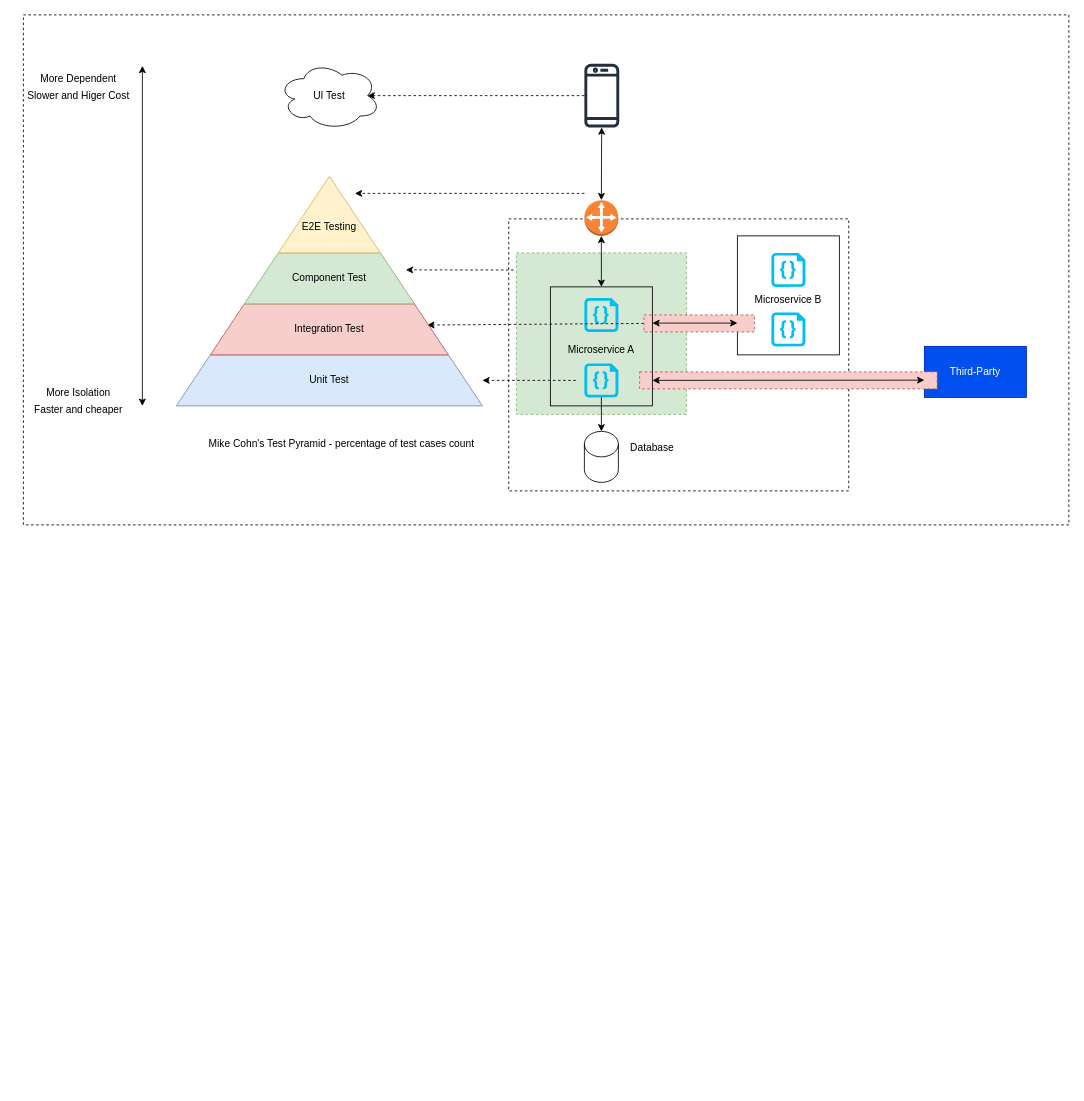
josdoaitran/microservices-everything keeps this draw.io diagram as page "test levels in microservice testing" (3 of 6) of images/microservice-testing.drawio. Above is the earlier version. Source tidied: cells renumbered, new cells numbered last; positions are measured from the earlier drawing's top-left corner, leaving out a move shared by most shapes. Both pictures are drawn from the tidied source at 85%, with x=0, y=0 at pixel (14, 14).
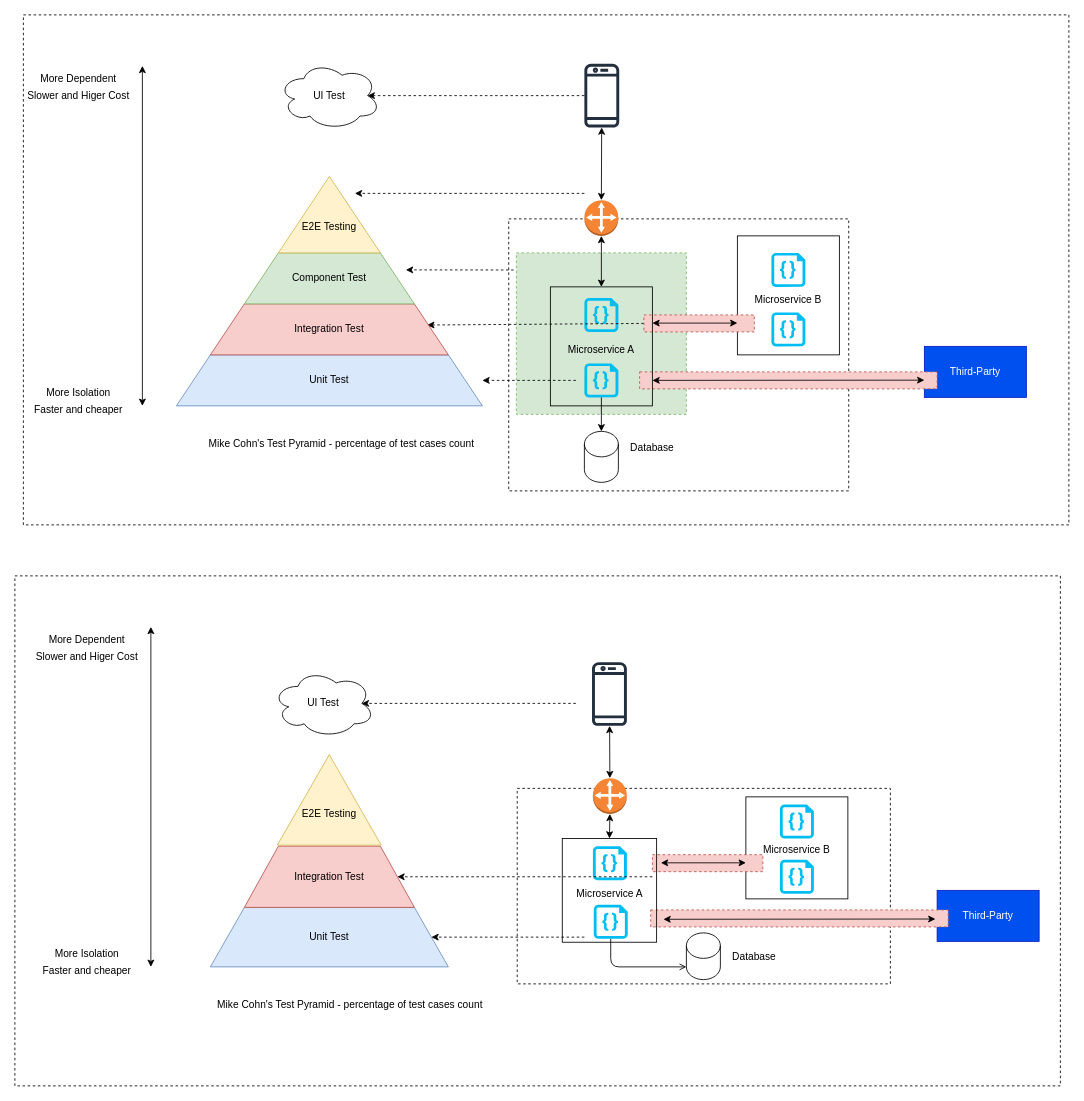
Above is the later version.

Change to the diagram source:
```diff
@@
+    <mxCell id="42" style="rounded=0;whiteSpace=wrap;html=1;dashed=1;fillColor=default;" parent="1" vertex="1">
+      <mxGeometry y="660" width="1230" height="600" as="geometry" />
+    </mxCell>
@@
+    <mxCell id="43" style="rounded=0;whiteSpace=wrap;html=1;dashed=1;fillColor=none;" parent="1" vertex="1">
+      <mxGeometry x="591" y="910" width="439" height="230" as="geometry" />
+    </mxCell>
+    <mxCell id="44" style="endArrow=classic;html=1;startArrow=classic;startFill=1;" parent="1" edge="1">
+      <mxGeometry relative="1" as="geometry">
+        <mxPoint x="160" y="1120" as="sourcePoint" />
+        <mxPoint x="160" y="720" as="targetPoint" />
+      </mxGeometry>
+    </mxCell>
+    <mxCell id="45" value="Faster and cheaper" style="text;html=1;strokeColor=none;fillColor=none;align=center;verticalAlign=middle;whiteSpace=wrap;rounded=0;" parent="1" vertex="1">
+      <mxGeometry x="25" y="1110" width="120" height="30" as="geometry" />
+    </mxCell>
+    <mxCell id="46" value="Slower and Higer Cost" style="text;html=1;strokeColor=none;fillColor=none;align=center;verticalAlign=middle;whiteSpace=wrap;rounded=0;" parent="1" vertex="1">
+      <mxGeometry x="10" y="740" width="150" height="30" as="geometry" />
+    </mxCell>
+    <mxCell id="47" value="More Isolation" style="text;html=1;strokeColor=none;fillColor=none;align=center;verticalAlign=middle;whiteSpace=wrap;rounded=0;" parent="1" vertex="1">
+      <mxGeometry x="30" y="1090" width="110" height="30" as="geometry" />
+    </mxCell>
+    <mxCell id="48" value="More Dependent" style="text;html=1;strokeColor=none;fillColor=none;align=center;verticalAlign=middle;whiteSpace=wrap;rounded=0;" parent="1" vertex="1">
+      <mxGeometry x="30" y="720" width="110" height="30" as="geometry" />
+    </mxCell>
+    <mxCell id="49" value="Mike Cohn's Test Pyramid - percentage of test cases count" style="text;html=1;strokeColor=none;fillColor=none;align=center;verticalAlign=middle;whiteSpace=wrap;rounded=0;" parent="1" vertex="1">
+      <mxGeometry x="220" y="1150" width="349" height="30" as="geometry" />
+    </mxCell>
+    <mxCell id="50" style="verticalLabelPosition=bottom;html=1;verticalAlign=top;align=center;strokeColor=none;fillColor=#00BEF2;shape=mxgraph.azure.code_file;" parent="1" vertex="1">
+      <mxGeometry x="681" y="1047" width="40" height="40" as="geometry" />
+    </mxCell>
+    <mxCell id="51" value="Database" style="text;html=1;strokeColor=none;fillColor=none;align=center;verticalAlign=middle;whiteSpace=wrap;rounded=0;" parent="1" vertex="1">
+      <mxGeometry x="840" y="1092.5" width="60" height="30" as="geometry" />
+    </mxCell>
+    <mxCell id="52" style="endArrow=classic;html=1;dashed=1;" parent="1" edge="1" target="70">
+      <mxGeometry relative="1" as="geometry">
+        <mxPoint x="670" y="1085" as="sourcePoint" />
+      </mxGeometry>
+    </mxCell>
+    <mxCell id="53" style="verticalLabelPosition=bottom;html=1;verticalAlign=top;align=center;strokeColor=none;fillColor=#00BEF2;shape=mxgraph.azure.code_file;" parent="1" vertex="1">
+      <mxGeometry x="680" y="978" width="40" height="40" as="geometry" />
+    </mxCell>
+    <mxCell id="54" value="Microservice A" style="text;html=1;strokeColor=none;fillColor=none;align=center;verticalAlign=middle;whiteSpace=wrap;rounded=0;" parent="1" vertex="1">
+      <mxGeometry x="650" y="1019" width="100" height="30" as="geometry" />
+    </mxCell>
+    <mxCell id="55" style="rounded=0;whiteSpace=wrap;html=1;fillColor=none;" parent="1" vertex="1">
+      <mxGeometry x="860" y="920" width="120" height="120" as="geometry" />
+    </mxCell>
+    <mxCell id="56" value="Microservice B" style="text;html=1;strokeColor=none;fillColor=none;align=center;verticalAlign=middle;whiteSpace=wrap;rounded=0;" parent="1" vertex="1">
+      <mxGeometry x="870" y="968" width="100" height="30" as="geometry" />
+    </mxCell>
+    <mxCell id="57" style="endArrow=classic;html=1;dashed=1;" parent="1" edge="1" target="71">
+      <mxGeometry relative="1" as="geometry">
+        <mxPoint x="750" y="1014" as="sourcePoint" />
+      </mxGeometry>
+    </mxCell>
+    <mxCell id="58" style="outlineConnect=0;dashed=0;verticalLabelPosition=bottom;verticalAlign=top;align=center;html=1;shape=mxgraph.aws3.customer_gateway;fillColor=#F58534;gradientColor=none;" parent="1" vertex="1">
+      <mxGeometry x="680" y="898" width="40" height="42" as="geometry" />
+    </mxCell>
+    <mxCell id="59" style="sketch=0;outlineConnect=0;fontColor=#232F3E;gradientColor=none;fillColor=#232F3D;strokeColor=none;dashed=0;verticalLabelPosition=bottom;verticalAlign=top;align=center;html=1;fontSize=12;fontStyle=0;shape=mxgraph.aws4.mobile_client;" parent="1" vertex="1">
+      <mxGeometry x="679" y="760" width="41" height="78" as="geometry" />
+    </mxCell>
+    <mxCell id="60" style="endArrow=classic;startArrow=classic;html=1;entryX=0.5;entryY=1;entryDx=0;entryDy=0;entryPerimeter=0;exitX=0.5;exitY=0;exitDx=0;exitDy=0;" parent="1" edge="1" source="69" target="58">
+      <mxGeometry relative="1" as="geometry" />
+    </mxCell>
+    <mxCell id="61" style="endArrow=classic;startArrow=classic;html=1;exitX=0.5;exitY=0;exitDx=0;exitDy=0;exitPerimeter=0;" parent="1" edge="1" source="58" target="59">
+      <mxGeometry relative="1" as="geometry" />
+    </mxCell>
+    <mxCell id="62" style="endArrow=classic;html=1;entryX=0.875;entryY=0.5;entryDx=0;entryDy=0;dashed=1;entryPerimeter=0;" parent="1" edge="1" target="73">
+      <mxGeometry relative="1" as="geometry">
+        <mxPoint x="660" y="810" as="sourcePoint" />
+      </mxGeometry>
+    </mxCell>
+    <mxCell id="63" style="verticalLabelPosition=bottom;html=1;verticalAlign=top;align=center;strokeColor=none;fillColor=#00BEF2;shape=mxgraph.azure.code_file;" parent="1" vertex="1">
+      <mxGeometry x="900" y="929" width="40" height="40" as="geometry" />
+    </mxCell>
+    <mxCell id="64" style="verticalLabelPosition=bottom;html=1;verticalAlign=top;align=center;strokeColor=none;fillColor=#00BEF2;shape=mxgraph.azure.code_file;" parent="1" vertex="1">
+      <mxGeometry x="900" y="994" width="40" height="40" as="geometry" />
+    </mxCell>
+    <mxCell id="65" style="rounded=0;whiteSpace=wrap;html=1;fillColor=#f8cecc;dashed=1;strokeColor=#b85450;" parent="1" vertex="1">
+      <mxGeometry x="750" y="988" width="130" height="20" as="geometry" />
+    </mxCell>
+    <mxCell id="66" style="edgeStyle=none;html=1;startArrow=classic;startFill=1;" parent="1" edge="1">
+      <mxGeometry relative="1" as="geometry">
+        <mxPoint x="760" y="997.6" as="sourcePoint" />
+        <mxPoint x="860" y="997.6" as="targetPoint" />
+      </mxGeometry>
+    </mxCell>
+    <mxCell id="67" value="Third-Party" style="rounded=0;whiteSpace=wrap;html=1;fillColor=#0050ef;fontColor=#ffffff;strokeColor=#001DBC;" parent="1" vertex="1">
+      <mxGeometry x="1085" y="1030" width="120" height="60" as="geometry" />
+    </mxCell>
+    <mxCell id="68" style="rounded=0;whiteSpace=wrap;html=1;fillColor=#f8cecc;dashed=1;strokeColor=#b85450;" parent="1" vertex="1">
+      <mxGeometry x="748" y="1053" width="350" height="20" as="geometry" />
+    </mxCell>
+    <mxCell id="69" style="rounded=0;whiteSpace=wrap;html=1;fillColor=none;" parent="1" vertex="1">
+      <mxGeometry x="644" y="969" width="111" height="122" as="geometry" />
+    </mxCell>
+    <mxCell id="70" value="Unit Test" style="shape=trapezoid;perimeter=trapezoidPerimeter;whiteSpace=wrap;html=1;fixedSize=1;fillColor=#dae8fc;strokeColor=#6c8ebf;size=40;" parent="1" vertex="1">
+      <mxGeometry x="230" y="1050" width="280" height="70" as="geometry" />
+    </mxCell>
+    <mxCell id="71" value="Integration Test" style="shape=trapezoid;perimeter=trapezoidPerimeter;whiteSpace=wrap;html=1;fixedSize=1;fillColor=#f8cecc;strokeColor=#b85450;size=40;" parent="1" vertex="1">
+      <mxGeometry x="270" y="978" width="200" height="72" as="geometry" />
+    </mxCell>
+    <mxCell id="72" style="triangle;whiteSpace=wrap;html=1;rotation=-90;fillColor=#fff2cc;strokeColor=#d6b656;" parent="1" vertex="1">
+      <mxGeometry x="316.6" y="862.4" width="106.5" height="122.2" as="geometry" />
+    </mxCell>
+    <mxCell id="73" value="UI Test" style="ellipse;shape=cloud;whiteSpace=wrap;html=1;" parent="1" vertex="1">
+      <mxGeometry x="303.1" y="770" width="120" height="80" as="geometry" />
+    </mxCell>
+    <mxCell id="74" value="E2E Testing" style="text;html=1;strokeColor=none;fillColor=none;align=center;verticalAlign=middle;whiteSpace=wrap;rounded=0;" parent="1" vertex="1">
+      <mxGeometry x="330" y="930" width="80" height="20" as="geometry" />
+    </mxCell>
+    <mxCell id="75" style="endArrow=classic;startArrow=classic;html=1;exitX=0.043;exitY=0.5;exitDx=0;exitDy=0;exitPerimeter=0;entryX=0;entryY=0.662;entryDx=0;entryDy=0;entryPerimeter=0;" parent="1" edge="1">
+      <mxGeometry relative="1" as="geometry">
+        <mxPoint x="763" y="1064" as="sourcePoint" />
+        <mxPoint x="1083" y="1063.7" as="targetPoint" />
+      </mxGeometry>
+    </mxCell>
+    <mxCell id="76" style="endArrow=open;html=1;exitX=0.5;exitY=1;exitDx=0;exitDy=0;exitPerimeter=0;entryX=0;entryY=1;entryDx=0;entryDy=-15;entryPerimeter=0;edgeStyle=orthogonalEdgeStyle;endFill=0;" parent="1" edge="1" source="50" target="77">
+      <mxGeometry relative="1" as="geometry" />
+    </mxCell>
+    <mxCell id="77" style="shape=cylinder3;whiteSpace=wrap;html=1;boundedLbl=1;backgroundOutline=1;size=15;" parent="1" vertex="1">
+      <mxGeometry x="790" y="1080" width="40" height="55" as="geometry" />
+    </mxCell>
```
